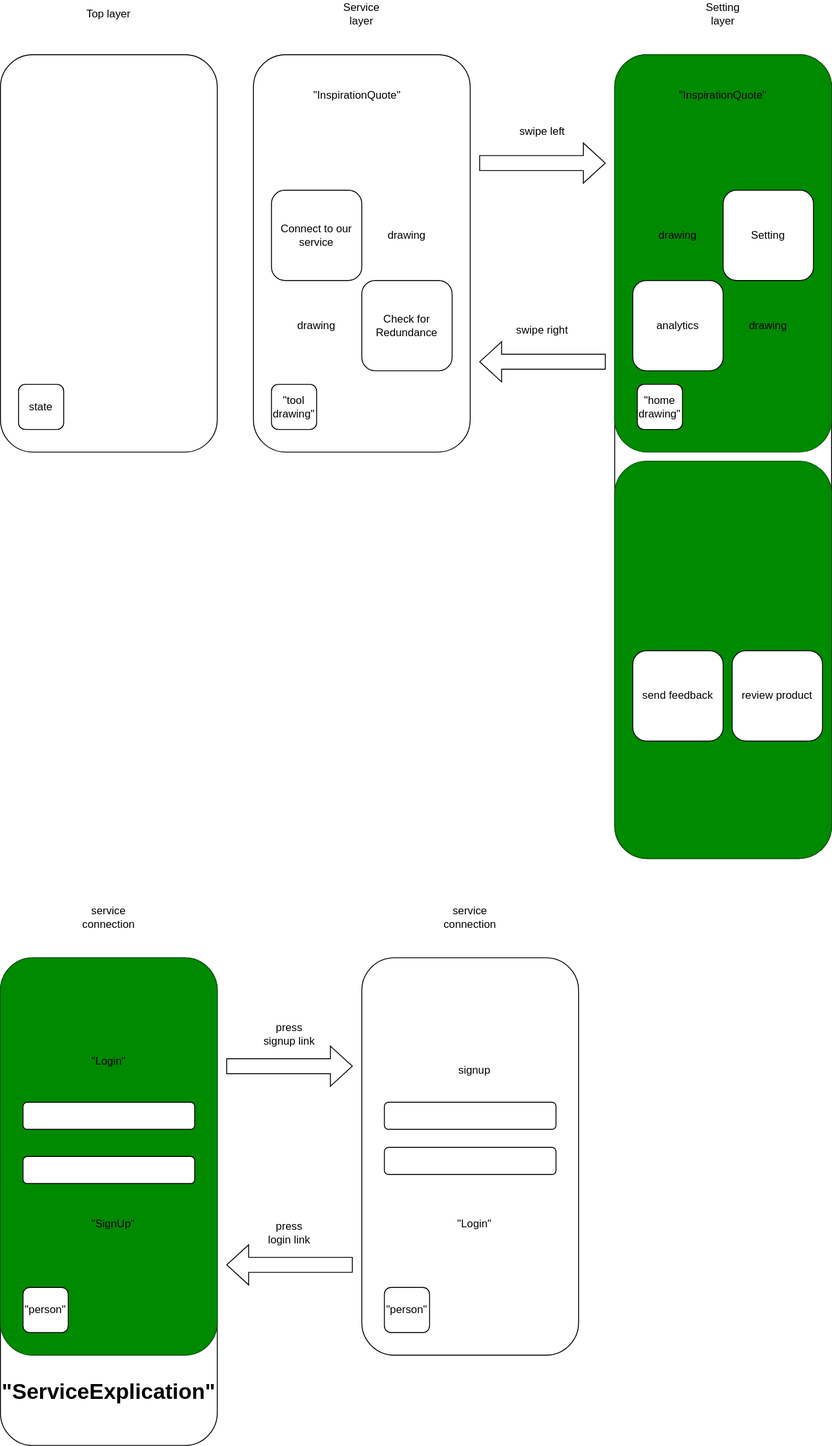
The draw.io diagram RoughDraftFrontend.drawio.svg in MAUI-SI-IOS/Dupe, before a commit. Source tidied: cells renumbered, new cells last; positions are measured from the earlier drawing's top-left corner, leaving out a move shared by most shapes.
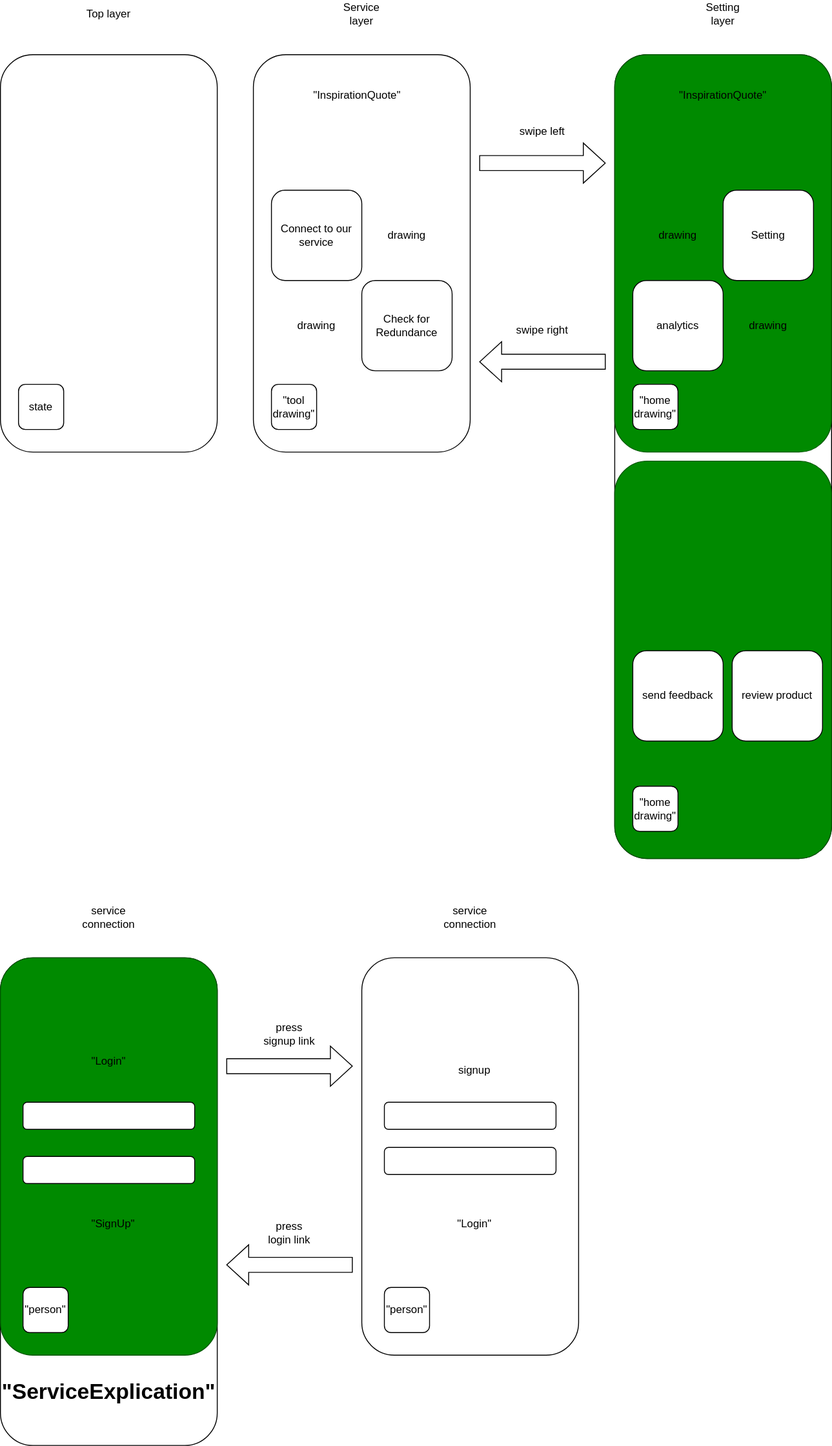
Later version of the same file.

Commit message:
Mettre à jour RoughDraftFrontend.drawio.svg

Diff of the diagram source:
```diff
@@ -63,7 +63,7 @@
       <mxGeometry x="300" y="425" width="50" height="50" as="geometry" />
     </mxCell>
     <mxCell id="22" value="&quot;home drawing&quot;" style="rounded=1;whiteSpace=wrap;html=1;" parent="1" vertex="1">
-      <mxGeometry x="705" y="425" width="50" height="50" as="geometry" />
+      <mxGeometry x="700" y="425" width="50" height="50" as="geometry" />
     </mxCell>
     <mxCell id="23" style="shape=flexArrow;endArrow=classic;html=1;rounded=0;endWidth=26.857142857142858;endSize=7.76;width=16.571428571428573;" parent="1" edge="1">
       <mxGeometry relative="1" as="geometry">
@@ -158,5 +158,8 @@
     <mxCell id="49" value="send feedback" style="rounded=1;whiteSpace=wrap;html=1;" parent="1" vertex="1">
       <mxGeometry x="700" y="720" width="100" height="100" as="geometry" />
     </mxCell>
+    <mxCell id="50" value="&quot;home drawing&quot;" style="rounded=1;whiteSpace=wrap;html=1;" parent="1" vertex="1">
+      <mxGeometry x="700" y="870" width="50" height="50" as="geometry" />
+    </mxCell>
   </root>
 </mxGraphModel>
```
